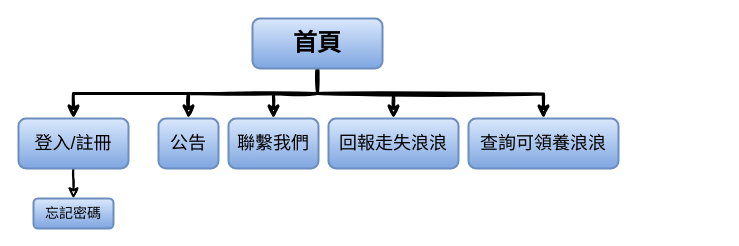
Before: page "Page-1" (1 of 3) of Untitled Diagram.drawio in Tzu-Lin/Tzu-Lin.github.io, a draw.io diagram. Source tidied: cells renumbered, new cells numbered last; positions are measured from the earlier drawing's top-left corner, leaving out a move shared by most shapes. Both pictures are drawn from the tidied source at 100%, with x=0, y=0 at pixel (18, 18).
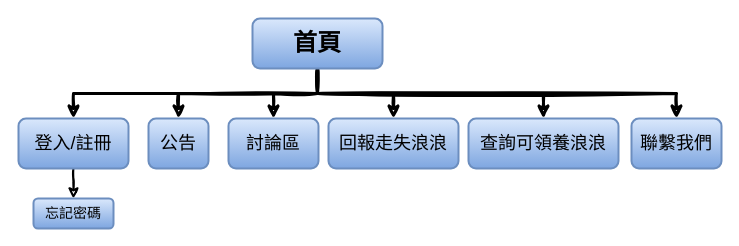
The same diagram, later.

The edit, as a diff of the source:
```diff
@@
 <mxGraphModel>
   <root>
     <mxCell id="0" />
     <mxCell id="1" parent="0" />
     <mxCell id="2" style="edgeStyle=orthogonalEdgeStyle;jettySize=auto;html=1;rounded=0;strokeWidth=3;sketch=1;fillColor=#dae8fc;gradientColor=#7ea6e0;" parent="1" edge="1" source="7" target="11">
       <mxGeometry relative="1" as="geometry">
         <Array as="points">
           <mxPoint x="299" y="75" />
           <mxPoint x="255" y="75" />
         </Array>
       </mxGeometry>
     </mxCell>
     <mxCell id="3" style="edgeStyle=orthogonalEdgeStyle;jettySize=auto;html=1;exitX=0.5;exitY=1;exitDx=0;exitDy=0;entryX=0.5;entryY=0;entryDx=0;entryDy=0;rounded=0;strokeWidth=3;sketch=1;fillColor=#dae8fc;gradientColor=#7ea6e0;" parent="1" edge="1" source="7" target="12">
       <mxGeometry relative="1" as="geometry" />
     </mxCell>
     <mxCell id="4" style="edgeStyle=orthogonalEdgeStyle;jettySize=auto;html=1;rounded=0;strokeWidth=3;sketch=1;fillColor=#dae8fc;gradientColor=#7ea6e0;" parent="1" edge="1" target="13">
       <mxGeometry relative="1" as="geometry">
         <mxPoint x="299" y="75" as="sourcePoint" />
       </mxGeometry>
     </mxCell>
     <mxCell id="5" style="edgeStyle=orthogonalEdgeStyle;jettySize=auto;html=1;exitX=0.5;exitY=1;exitDx=0;exitDy=0;rounded=0;strokeWidth=3;sketch=1;fillColor=#dae8fc;gradientColor=#7ea6e0;" parent="1" edge="1" source="7" target="9">
       <mxGeometry relative="1" as="geometry" />
     </mxCell>
     <mxCell id="6" style="edgeStyle=orthogonalEdgeStyle;jettySize=auto;html=1;exitX=0.5;exitY=1;exitDx=0;exitDy=0;entryX=0.5;entryY=0;entryDx=0;entryDy=0;rounded=0;strokeWidth=3;sketch=1;fillColor=#dae8fc;gradientColor=#7ea6e0;" parent="1" edge="1" source="7" target="10">
       <mxGeometry relative="1" as="geometry" />
     </mxCell>
+    <mxCell id="15" style="edgeStyle=orthogonalEdgeStyle;rounded=0;sketch=1;jettySize=auto;html=1;exitX=0.5;exitY=1;exitDx=0;exitDy=0;entryX=0.5;entryY=0;entryDx=0;entryDy=0;endArrow=classic;endFill=0;strokeWidth=3;" parent="1" edge="1" source="7" target="16">
+      <mxGeometry relative="1" as="geometry" />
+    </mxCell>
     <mxCell id="7" value="&lt;font style=&quot;vertical-align: inherit ; font-size: 24px&quot;&gt;&lt;b&gt;首頁&lt;/b&gt;&lt;/font&gt;" style="rounded=1;whiteSpace=wrap;html=1;fontSize=12;glass=0;strokeWidth=2;shadow=0;fillColor=#dae8fc;strokeColor=#6c8ebf;gradientColor=#7ea6e0;" parent="1" vertex="1">
       <mxGeometry x="234" width="130" height="50" as="geometry" />
     </mxCell>
     <mxCell id="8" style="edgeStyle=orthogonalEdgeStyle;rounded=0;sketch=1;jettySize=auto;html=1;shadow=0;strokeWidth=2;" parent="1" edge="1" source="9" target="14">
       <mxGeometry relative="1" as="geometry" />
     </mxCell>
     <mxCell id="9" value="&lt;font style=&quot;vertical-align: inherit ; font-size: 18px&quot;&gt;登入/註冊&lt;/font&gt;" style="rounded=1;whiteSpace=wrap;html=1;strokeWidth=2;fillColor=#dae8fc;strokeColor=#6c8ebf;gradientColor=#7ea6e0;" parent="1" vertex="1">
       <mxGeometry y="100" width="110" height="50" as="geometry" />
     </mxCell>
     <mxCell id="10" value="&lt;font style=&quot;vertical-align: inherit ; font-size: 18px&quot;&gt;公告&lt;/font&gt;" style="rounded=1;whiteSpace=wrap;html=1;strokeWidth=2;fillColor=#dae8fc;strokeColor=#6c8ebf;gradientColor=#7ea6e0;" parent="1" vertex="1">
-      <mxGeometry x="140" y="100" width="60" height="50" as="geometry" />
+      <mxGeometry x="130" y="100" width="60" height="50" as="geometry" />
     </mxCell>
-    <mxCell id="11" value="&lt;font style=&quot;vertical-align: inherit ; font-size: 18px&quot;&gt;聯繫我們&lt;/font&gt;" style="rounded=1;whiteSpace=wrap;html=1;strokeWidth=2;fillColor=#dae8fc;strokeColor=#6c8ebf;gradientColor=#7ea6e0;" parent="1" vertex="1">
+    <mxCell id="11" value="&lt;font style=&quot;vertical-align: inherit ; font-size: 18px&quot;&gt;討論區&lt;/font&gt;" style="rounded=1;whiteSpace=wrap;html=1;strokeWidth=2;fillColor=#dae8fc;strokeColor=#6c8ebf;gradientColor=#7ea6e0;" parent="1" vertex="1">
       <mxGeometry x="210" y="100" width="90" height="50" as="geometry" />
     </mxCell>
     <mxCell id="12" value="&lt;font style=&quot;vertical-align: inherit ; font-size: 18px&quot;&gt;回報走失浪浪&lt;/font&gt;" style="rounded=1;whiteSpace=wrap;html=1;strokeWidth=2;fillColor=#dae8fc;strokeColor=#6c8ebf;gradientColor=#7ea6e0;" parent="1" vertex="1">
       <mxGeometry x="310" y="100" width="130" height="50" as="geometry" />
     </mxCell>
     <mxCell id="13" value="&lt;font style=&quot;vertical-align: inherit ; font-size: 18px&quot;&gt;查詢可領養浪浪&lt;/font&gt;" style="rounded=1;whiteSpace=wrap;html=1;strokeWidth=2;fillColor=#dae8fc;strokeColor=#6c8ebf;gradientColor=#7ea6e0;" parent="1" vertex="1">
       <mxGeometry x="450" y="100" width="150" height="50" as="geometry" />
     </mxCell>
     <mxCell id="14" value="&lt;font style=&quot;font-size: 14px&quot;&gt;忘記密碼&lt;/font&gt;" style="rounded=1;whiteSpace=wrap;html=1;strokeWidth=2;fillColor=#dae8fc;strokeColor=#6c8ebf;gradientColor=#7ea6e0;" parent="1" vertex="1">
       <mxGeometry x="15" y="180" width="80" height="30" as="geometry" />
     </mxCell>
+    <mxCell id="16" value="&lt;span style=&quot;font-size: 18px&quot;&gt;聯繫我們&lt;/span&gt;" style="rounded=1;whiteSpace=wrap;html=1;strokeWidth=2;fillColor=#dae8fc;strokeColor=#6c8ebf;gradientColor=#7ea6e0;" parent="1" vertex="1">
+      <mxGeometry x="613" y="100" width="90" height="50" as="geometry" />
+    </mxCell>
   </root>
 </mxGraphModel>
```
